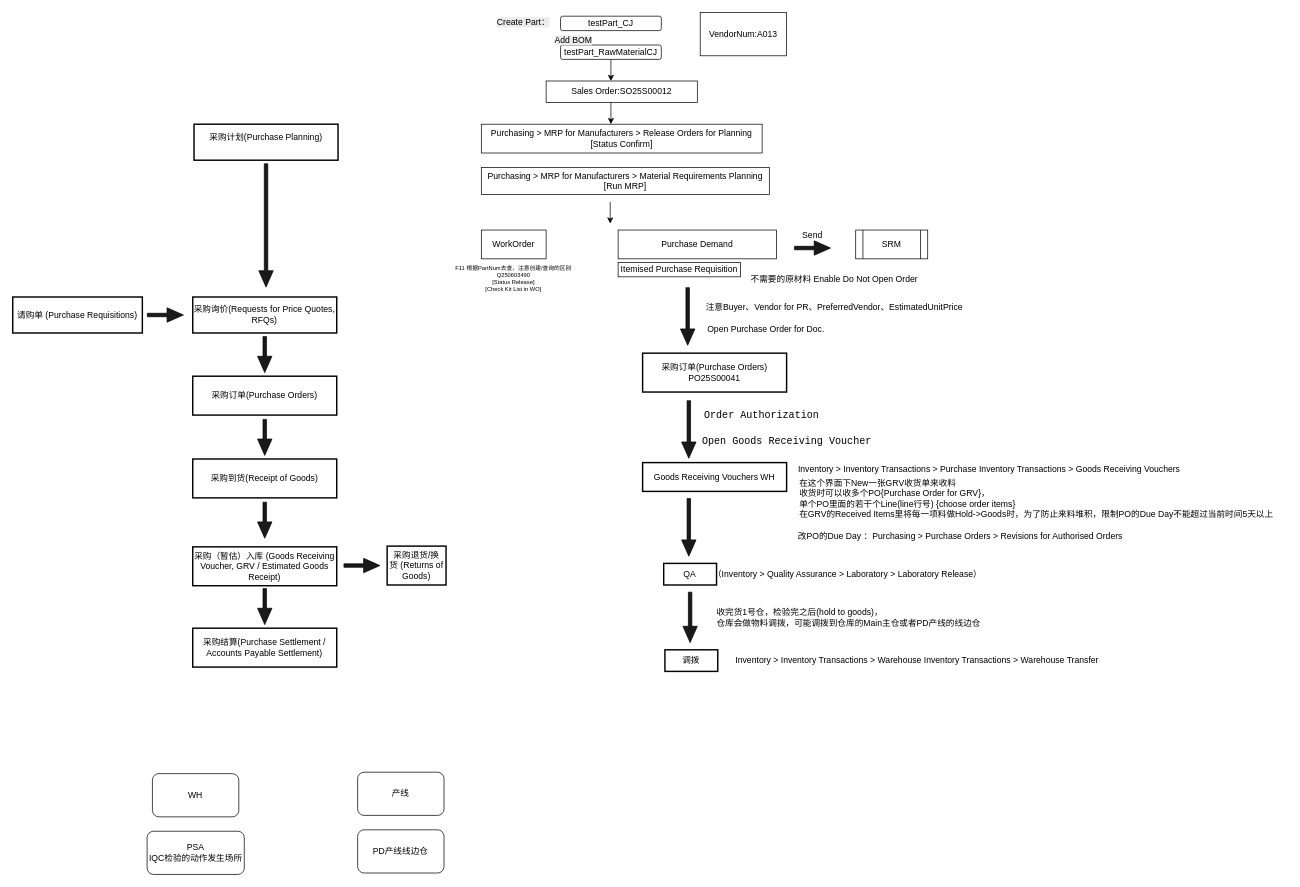
Before: ERP.drawio in CJyoung524/DrawIO, a draw.io diagram. Source tidied: cells renumbered, new cells numbered last; positions are measured from the earlier drawing's top-left corner, leaving out a move shared by most shapes. Both pictures are drawn from the tidied source at 72%, with x=0, y=0 at pixel (12, 12).
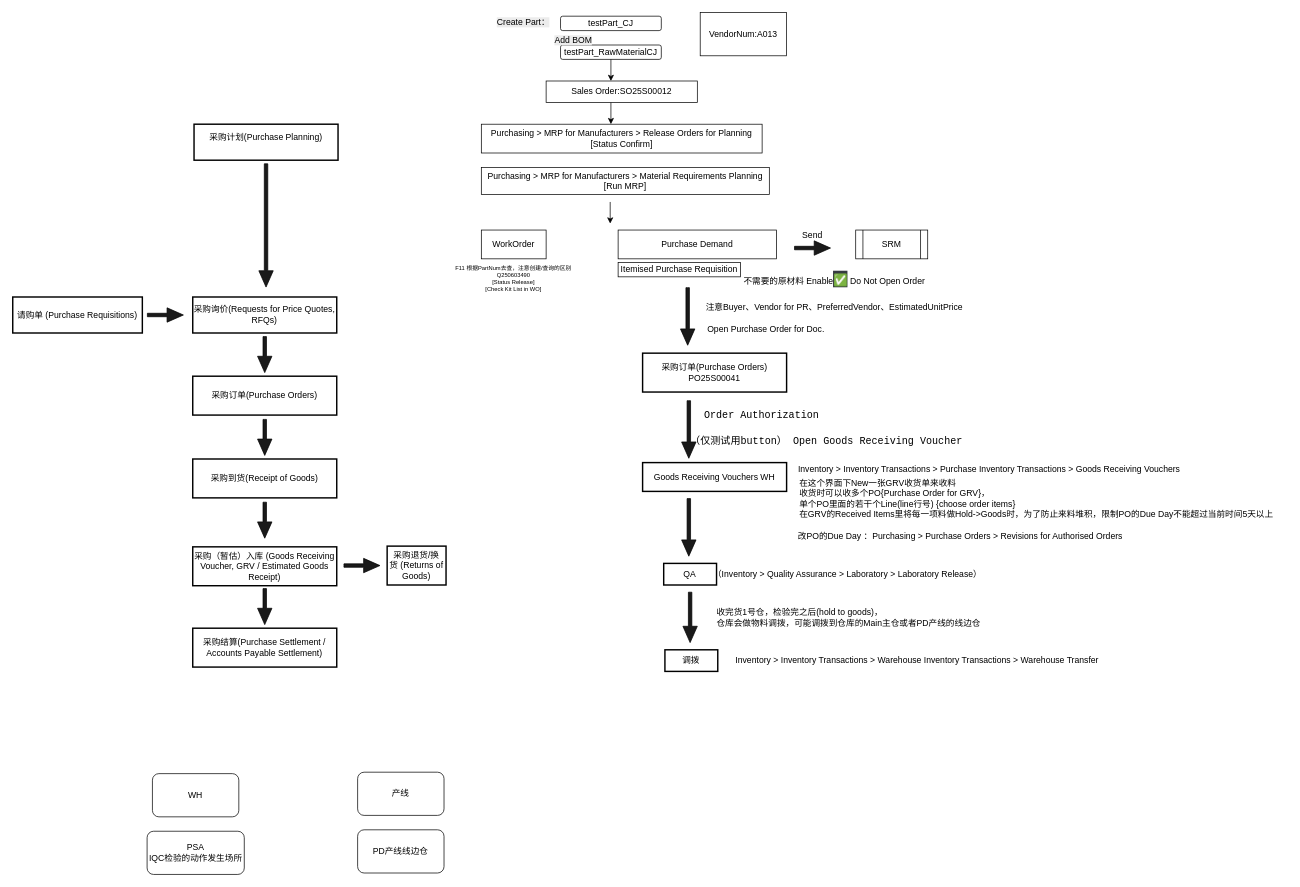
The same page after the edit.

Diff of the diagram source:
```diff
@@
-    <mxCell id="53" value="不需要的原材料 Enable Do Not Open Order" style="text;html=1;align=center;verticalAlign=middle;strokeColor=none;fillColor=none;" parent="1" vertex="1">
-      <mxGeometry x="1011" y="355" width="260" height="30" as="geometry" />
+    <mxCell id="53" value="不需要的原材料 Enable&lt;span style=&quot;color: rgb(184, 191, 198); font-family: &amp;quot;Helvetica Neue&amp;quot;, Helvetica, Arial, &amp;quot;Segoe UI Emoji&amp;quot;, sans-serif; font-size: 16px; orphans: 4; text-align: left; white-space: pre-wrap; background-color: rgb(54, 59, 64);&quot;&gt;✅&lt;/span&gt;&amp;nbsp;Do Not Open Order" style="text;html=1;align=center;verticalAlign=middle;strokeColor=none;fillColor=none;" parent="1" vertex="1">
+      <mxGeometry x="1001" y="355" width="280" height="30" as="geometry" />
     </mxCell>
@@
-    <mxCell id="56" value="&lt;div style=&quot;font-family: Consolas, &amp;quot;Courier New&amp;quot;, monospace; font-size: 14px; line-height: 19px; white-space-collapse: preserve;&quot;&gt;&lt;font style=&quot;color: rgb(0, 0, 0);&quot;&gt;Open Goods Receiving Voucher&lt;/font&gt;&lt;/div&gt;" style="text;html=1;align=center;verticalAlign=middle;strokeColor=none;fillColor=none;fontFamily=Helvetica;fontSize=12;fontColor=default;" parent="1" vertex="1">
-      <mxGeometry x="955" y="580" width="240" height="30" as="geometry" />
+    <mxCell id="56" value="&lt;div style=&quot;font-family: Consolas, &amp;quot;Courier New&amp;quot;, monospace; font-size: 14px; line-height: 19px; white-space-collapse: preserve;&quot;&gt;&lt;font style=&quot;color: rgb(0, 0, 0);&quot;&gt;（仅测试用button） Open Goods Receiving Voucher&lt;/font&gt;&lt;/div&gt;" style="text;html=1;align=center;verticalAlign=middle;strokeColor=none;fillColor=none;fontFamily=Helvetica;fontSize=12;fontColor=default;" parent="1" vertex="1">
+      <mxGeometry x="940" y="580" width="380" height="30" as="geometry" />
     </mxCell>
```
